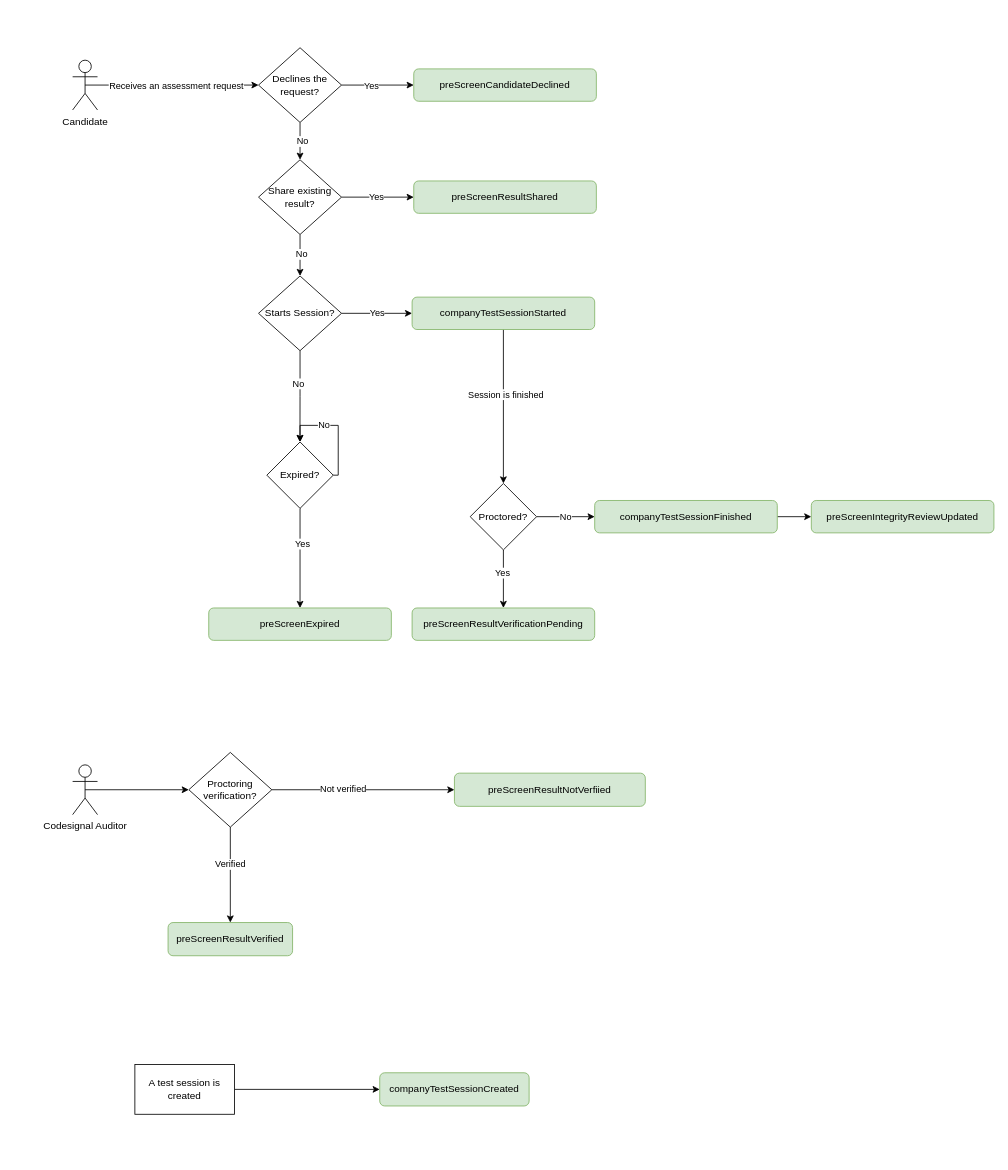
Above: docs/diagrams/webhooks-flow.drawio in CodeSignal/developer-docs (draw.io), before the change. Source tidied: cells renumbered, new cells numbered last; positions are measured from the earlier drawing's top-left corner, leaving out a move shared by most shapes. Both pictures are drawn from the tidied source at 83%, with x=0, y=0 at pixel (72, 47).
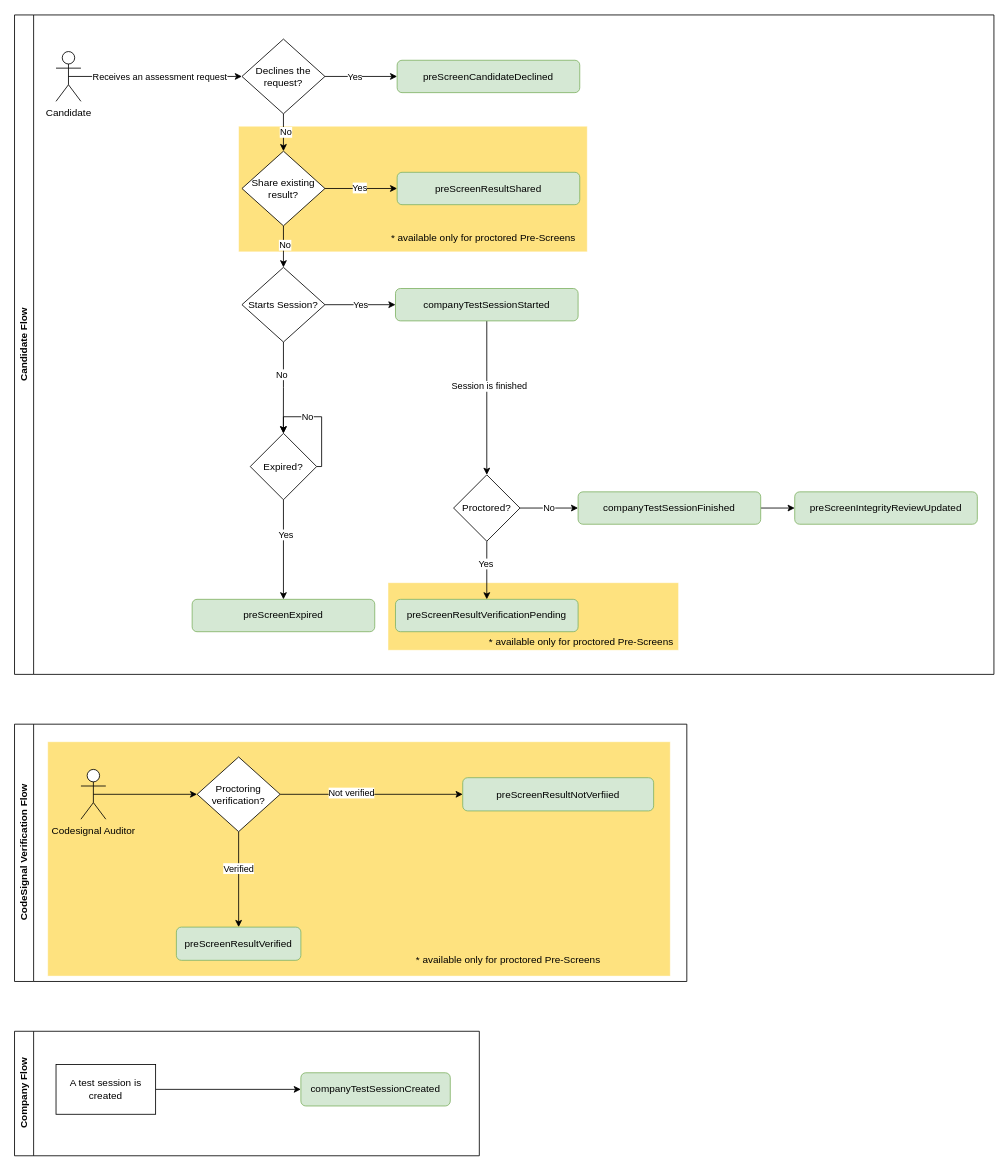
The same page after the edit.

What changed in the source:
```diff
@@
+    <mxCell id="49" value="CodeSignal Verification Flow" style="swimlane;horizontal=0;whiteSpace=wrap;html=1;" parent="1" vertex="1">
+      <mxGeometry x="-70" y="815" width="810" height="310" as="geometry" />
+    </mxCell>
+    <mxCell id="50" style="rounded=0;whiteSpace=wrap;html=1;fillColor=#fec600ff;strokeColor=#FFFFFF;opacity=50;" parent="49" vertex="1">
+      <mxGeometry x="40" y="21.2" width="750" height="282.3" as="geometry" />
+    </mxCell>
+    <mxCell id="26" style="edgeStyle=orthogonalEdgeStyle;rounded=0;jettySize=auto;html=1;exitX=0.5;exitY=0.5;exitDx=0;exitDy=0;exitPerimeter=0;" parent="49" edge="1" source="27" target="32">
+      <mxGeometry relative="1" as="geometry" />
+    </mxCell>
+    <mxCell id="27" value="Codesignal Auditor" style="shape=umlActor;verticalLabelPosition=bottom;verticalAlign=top;html=1;outlineConnect=0;" parent="49" vertex="1">
+      <mxGeometry x="80" y="54.5" width="30" height="60" as="geometry" />
+    </mxCell>
+    <mxCell id="28" style="edgeStyle=orthogonalEdgeStyle;rounded=0;jettySize=auto;html=1;exitX=0.5;exitY=1;exitDx=0;exitDy=0;entryX=0.5;entryY=0;entryDx=0;entryDy=0;" parent="49" edge="1" source="32" target="33">
+      <mxGeometry relative="1" as="geometry" />
+    </mxCell>
+    <mxCell id="29" value="Verified" style="edgeLabel;html=1;align=center;verticalAlign=middle;" parent="28" vertex="1">
+      <mxGeometry x="-0.23" y="-1" relative="1" as="geometry" />
+    </mxCell>
+    <mxCell id="30" style="edgeStyle=orthogonalEdgeStyle;rounded=0;jettySize=auto;html=1;exitX=1;exitY=0.5;exitDx=0;exitDy=0;entryX=0;entryY=0.5;entryDx=0;entryDy=0;" parent="49" edge="1" source="32" target="34">
+      <mxGeometry relative="1" as="geometry" />
+    </mxCell>
+    <mxCell id="31" value="Not verified" style="edgeLabel;html=1;align=center;verticalAlign=middle;" parent="30" vertex="1">
+      <mxGeometry x="-0.23" y="-1" relative="1" as="geometry">
+        <mxPoint y="-3" as="offset" />
+      </mxGeometry>
+    </mxCell>
+    <mxCell id="32" value="Proctoring verification?" style="rhombus;whiteSpace=wrap;html=1;" parent="49" vertex="1">
+      <mxGeometry x="220" y="39.5" width="100" height="90" as="geometry" />
+    </mxCell>
+    <mxCell id="33" value="preScreenResultVerified" style="rounded=1;whiteSpace=wrap;html=1;fillColor=#d5e8d4;strokeColor=#82b366;" parent="49" vertex="1">
+      <mxGeometry x="195" y="244.5" width="150" height="40" as="geometry" />
+    </mxCell>
+    <mxCell id="34" value="preScreenResultNotVerfiied" style="rounded=1;whiteSpace=wrap;html=1;fillColor=#d5e8d4;strokeColor=#82b366;" parent="49" vertex="1">
+      <mxGeometry x="540" y="64.5" width="230" height="40" as="geometry" />
+    </mxCell>
+    <mxCell id="51" value="&lt;span style=&quot;color: rgb(0, 0, 0); font-family: Helvetica; font-size: 12px; font-style: normal; font-variant-ligatures: normal; font-variant-caps: normal; font-weight: 400; letter-spacing: normal; orphans: 2; text-indent: 0px; text-transform: none; widows: 2; word-spacing: 0px; -webkit-text-stroke-width: 0px; white-space: nowrap; text-decoration-thickness: initial; text-decoration-style: initial; text-decoration-color: initial; float: none; display: inline !important;&quot;&gt;* available only for proctored Pre-Screens&lt;/span&gt;" style="text;whiteSpace=wrap;html=1;fillColor=none;align=center;labelBackgroundColor=none;" parent="49" vertex="1">
+      <mxGeometry x="465" y="270" width="260" height="40" as="geometry" />
+    </mxCell>
+    <mxCell id="52" value="Company Flow" style="swimlane;horizontal=0;whiteSpace=wrap;html=1;" parent="1" vertex="1">
+      <mxGeometry x="-70" y="1185" width="560" height="150" as="geometry" />
+    </mxCell>
+    <mxCell id="35" style="edgeStyle=orthogonalEdgeStyle;rounded=0;jettySize=auto;html=1;exitX=1;exitY=0.5;exitDx=0;exitDy=0;entryX=0;entryY=0.5;entryDx=0;entryDy=0;" parent="52" edge="1" source="37" target="36">
+      <mxGeometry relative="1" as="geometry" />
+    </mxCell>
+    <mxCell id="36" value="companyTestSessionCreated" style="rounded=1;whiteSpace=wrap;html=1;fillColor=#d5e8d4;strokeColor=#82b366;" parent="52" vertex="1">
+      <mxGeometry x="345" y="50" width="180" height="40" as="geometry" />
+    </mxCell>
+    <mxCell id="37" value="A test session is created" style="rounded=0;whiteSpace=wrap;html=1;" parent="52" vertex="1">
+      <mxGeometry x="50" y="40" width="120" height="60" as="geometry" />
+    </mxCell>
+    <mxCell id="53" value="Candidate Flow" style="swimlane;horizontal=0;whiteSpace=wrap;html=1;" parent="1" vertex="1">
+      <mxGeometry x="-70" y="-39.5" width="1180" height="794.5" as="geometry" />
+    </mxCell>
+    <mxCell id="4" value="Candidate" style="shape=umlActor;verticalLabelPosition=bottom;verticalAlign=top;html=1;outlineConnect=0;" parent="53" vertex="1">
+      <mxGeometry x="50" y="44.1" width="30" height="60" as="geometry" />
+    </mxCell>
-    <mxCell id="2" style="edgeStyle=orthogonalEdgeStyle;rounded=0;jettySize=auto;html=1;exitX=0.5;exitY=0.5;exitDx=0;exitDy=0;exitPerimeter=0;entryX=0;entryY=0.5;entryDx=0;entryDy=0;" parent="1" edge="1" source="4" target="9">
+    <mxCell id="2" style="edgeStyle=orthogonalEdgeStyle;rounded=0;jettySize=auto;html=1;exitX=0.5;exitY=0.5;exitDx=0;exitDy=0;exitPerimeter=0;entryX=0;entryY=0.5;entryDx=0;entryDy=0;" parent="53" edge="1" source="4" target="9">
       <mxGeometry relative="1" as="geometry" />
     </mxCell>
@@
-    <mxCell id="4" value="Candidate" style="shape=umlActor;verticalLabelPosition=bottom;verticalAlign=top;html=1;outlineConnect=0;" parent="1" vertex="1">
-      <mxGeometry y="15" width="30" height="60" as="geometry" />
-    </mxCell>
+    <mxCell id="54" style="rounded=0;whiteSpace=wrap;html=1;fillColor=#fec600ff;strokeColor=#FFFFFF;opacity=50;" parent="53" vertex="1">
+      <mxGeometry x="450" y="684.1" width="350" height="81.3" as="geometry" />
+    </mxCell>
+    <mxCell id="55" style="rounded=0;whiteSpace=wrap;html=1;fillColor=#fec600ff;strokeColor=#FFFFFF;opacity=50;" parent="53" vertex="1">
+      <mxGeometry x="270" y="134.1" width="420" height="151.3" as="geometry" />
+    </mxCell>
+    <mxCell id="56" value="&lt;span style=&quot;color: rgb(0, 0, 0); font-family: Helvetica; font-size: 12px; font-style: normal; font-variant-ligatures: normal; font-variant-caps: normal; font-weight: 400; letter-spacing: normal; orphans: 2; text-indent: 0px; text-transform: none; widows: 2; word-spacing: 0px; -webkit-text-stroke-width: 0px; white-space: nowrap; text-decoration-thickness: initial; text-decoration-style: initial; text-decoration-color: initial; float: none; display: inline !important;&quot;&gt;* available only for proctored Pre-Screens&lt;/span&gt;" style="text;whiteSpace=wrap;html=1;fillColor=none;align=center;labelBackgroundColor=none;" parent="53" vertex="1">
+      <mxGeometry x="435" y="254.1" width="260" height="40" as="geometry" />
+    </mxCell>
-    <mxCell id="5" style="edgeStyle=orthogonalEdgeStyle;rounded=0;jettySize=auto;html=1;exitX=1;exitY=0.5;exitDx=0;exitDy=0;entryX=0;entryY=0.5;entryDx=0;entryDy=0;" parent="1" edge="1" source="9" target="10">
+    <mxCell id="5" style="edgeStyle=orthogonalEdgeStyle;rounded=0;jettySize=auto;html=1;exitX=1;exitY=0.5;exitDx=0;exitDy=0;entryX=0;entryY=0.5;entryDx=0;entryDy=0;" parent="53" edge="1" source="9" target="10">
       <mxGeometry relative="1" as="geometry" />
     </mxCell>
@@
-    <mxCell id="7" style="edgeStyle=orthogonalEdgeStyle;rounded=0;jettySize=auto;html=1;" parent="1" edge="1" source="9" target="46">
-      <mxGeometry relative="1" as="geometry" />
-    </mxCell>
-    <mxCell id="8" value="No" style="edgeLabel;html=1;align=center;verticalAlign=middle;" parent="7" vertex="1">
-      <mxGeometry x="-0.04" y="2" relative="1" as="geometry" />
-    </mxCell>
-    <mxCell id="9" value="Declines the request?" style="rhombus;whiteSpace=wrap;html=1;" parent="1" vertex="1">
-      <mxGeometry x="224" width="100" height="90" as="geometry" />
+    <mxCell id="9" value="Declines the request?" style="rhombus;whiteSpace=wrap;html=1;" parent="53" vertex="1">
+      <mxGeometry x="274" y="29.1" width="100" height="90" as="geometry" />
     </mxCell>
-    <mxCell id="10" value="preScreenCandidateDeclined" style="rounded=1;whiteSpace=wrap;html=1;fillColor=#d5e8d4;strokeColor=#82b366;" parent="1" vertex="1">
-      <mxGeometry x="411" y="25.5" width="220" height="39" as="geometry" />
+    <mxCell id="10" value="preScreenCandidateDeclined" style="rounded=1;whiteSpace=wrap;html=1;fillColor=#d5e8d4;strokeColor=#82b366;" parent="53" vertex="1">
+      <mxGeometry x="461" y="54.6" width="220" height="39" as="geometry" />
     </mxCell>
-    <mxCell id="11" value="Yes" style="edgeStyle=orthogonalEdgeStyle;rounded=0;jettySize=auto;html=1;exitX=1;exitY=0.5;exitDx=0;exitDy=0;entryX=0;entryY=0.5;entryDx=0;entryDy=0;" parent="1" edge="1" source="14" target="17">
+    <mxCell id="11" value="Yes" style="edgeStyle=orthogonalEdgeStyle;rounded=0;jettySize=auto;html=1;exitX=1;exitY=0.5;exitDx=0;exitDy=0;entryX=0;entryY=0.5;entryDx=0;entryDy=0;" parent="53" edge="1" source="14" target="17">
       <mxGeometry relative="1" as="geometry" />
     </mxCell>
-    <mxCell id="12" style="edgeStyle=orthogonalEdgeStyle;rounded=0;jettySize=auto;html=1;exitX=0.5;exitY=1;exitDx=0;exitDy=0;" parent="1" edge="1" source="14">
+    <mxCell id="12" style="edgeStyle=orthogonalEdgeStyle;rounded=0;jettySize=auto;html=1;exitX=0.5;exitY=1;exitDx=0;exitDy=0;" parent="53" edge="1" source="14">
       <mxGeometry relative="1" as="geometry">
-        <mxPoint x="273.9" y="475" as="targetPoint" />
+        <mxPoint x="323.9" y="504.1" as="targetPoint" />
       </mxGeometry>
     </mxCell>
@@
-    <mxCell id="14" value="Starts Session?" style="rhombus;whiteSpace=wrap;html=1;" parent="1" vertex="1">
-      <mxGeometry x="224" y="275" width="100" height="90" as="geometry" />
+    <mxCell id="14" value="Starts Session?" style="rhombus;whiteSpace=wrap;html=1;" parent="53" vertex="1">
+      <mxGeometry x="274" y="304.1" width="100" height="90" as="geometry" />
     </mxCell>
-    <mxCell id="15" style="edgeStyle=orthogonalEdgeStyle;rounded=0;jettySize=auto;html=1;exitX=0.5;exitY=1;exitDx=0;exitDy=0;entryX=0.5;entryY=0;entryDx=0;entryDy=0;" parent="1" edge="1" source="17" target="21">
+    <mxCell id="15" style="edgeStyle=orthogonalEdgeStyle;rounded=0;jettySize=auto;html=1;exitX=0.5;exitY=1;exitDx=0;exitDy=0;entryX=0.5;entryY=0;entryDx=0;entryDy=0;" parent="53" edge="1" source="17" target="21">
       <mxGeometry relative="1" as="geometry" />
     </mxCell>
@@
-    <mxCell id="17" value="companyTestSessionStarted" style="rounded=1;whiteSpace=wrap;html=1;fillColor=#d5e8d4;strokeColor=#82b366;" parent="1" vertex="1">
-      <mxGeometry x="409" y="300.5" width="220" height="39" as="geometry" />
+    <mxCell id="17" value="companyTestSessionStarted" style="rounded=1;whiteSpace=wrap;html=1;fillColor=#d5e8d4;strokeColor=#82b366;" parent="53" vertex="1">
+      <mxGeometry x="459" y="329.6" width="220" height="39" as="geometry" />
     </mxCell>
-    <mxCell id="18" style="edgeStyle=orthogonalEdgeStyle;rounded=0;jettySize=auto;html=1;exitX=0.5;exitY=1;exitDx=0;exitDy=0;entryX=0.5;entryY=0;entryDx=0;entryDy=0;" parent="1" edge="1" source="21" target="24">
+    <mxCell id="18" style="edgeStyle=orthogonalEdgeStyle;rounded=0;jettySize=auto;html=1;exitX=0.5;exitY=1;exitDx=0;exitDy=0;entryX=0.5;entryY=0;entryDx=0;entryDy=0;" parent="53" edge="1" source="21" target="24">
       <mxGeometry relative="1" as="geometry" />
     </mxCell>
@@
-    <mxCell id="20" value="No" style="edgeStyle=orthogonalEdgeStyle;rounded=0;jettySize=auto;html=1;exitX=1;exitY=0.5;exitDx=0;exitDy=0;entryX=0;entryY=0.5;entryDx=0;entryDy=0;" parent="1" edge="1" source="21">
+    <mxCell id="20" value="No" style="edgeStyle=orthogonalEdgeStyle;rounded=0;jettySize=auto;html=1;exitX=1;exitY=0.5;exitDx=0;exitDy=0;entryX=0;entryY=0.5;entryDx=0;entryDy=0;" parent="53" edge="1" source="21">
       <mxGeometry relative="1" as="geometry">
-        <mxPoint x="629" y="565" as="targetPoint" />
+        <mxPoint x="679" y="594.1" as="targetPoint" />
       </mxGeometry>
     </mxCell>
-    <mxCell id="21" value="Proctored?" style="rhombus;whiteSpace=wrap;html=1;" parent="1" vertex="1">
-      <mxGeometry x="479" y="525" width="80" height="80" as="geometry" />
+    <mxCell id="21" value="Proctored?" style="rhombus;whiteSpace=wrap;html=1;" parent="53" vertex="1">
+      <mxGeometry x="529" y="554.1" width="80" height="80" as="geometry" />
     </mxCell>
-    <mxCell id="22" style="edgeStyle=orthogonalEdgeStyle;rounded=0;jettySize=auto;html=1;" parent="1" edge="1" source="23" target="48">
+    <mxCell id="22" style="edgeStyle=orthogonalEdgeStyle;rounded=0;jettySize=auto;html=1;" parent="53" edge="1" source="23" target="48">
       <mxGeometry relative="1" as="geometry" />
     </mxCell>
-    <mxCell id="23" value="companyTestSessionFinished" style="rounded=1;whiteSpace=wrap;html=1;fillColor=#d5e8d4;strokeColor=#82b366;" parent="1" vertex="1">
-      <mxGeometry x="629" y="545.5" width="220" height="39" as="geometry" />
+    <mxCell id="23" value="companyTestSessionFinished" style="rounded=1;whiteSpace=wrap;html=1;fillColor=#d5e8d4;strokeColor=#82b366;" parent="53" vertex="1">
+      <mxGeometry x="679" y="574.6" width="220" height="39" as="geometry" />
     </mxCell>
-    <mxCell id="24" value="preScreenResultVerificationPending" style="rounded=1;whiteSpace=wrap;html=1;fillColor=#d5e8d4;strokeColor=#82b366;" parent="1" vertex="1">
-      <mxGeometry x="409" y="675" width="220" height="39" as="geometry" />
+    <mxCell id="24" value="preScreenResultVerificationPending" style="rounded=1;whiteSpace=wrap;html=1;fillColor=#d5e8d4;strokeColor=#82b366;" parent="53" vertex="1">
+      <mxGeometry x="459" y="704.1" width="220" height="39" as="geometry" />
     </mxCell>
-    <mxCell id="25" value="preScreenExpired" style="rounded=1;whiteSpace=wrap;html=1;fillColor=#d5e8d4;strokeColor=#82b366;" parent="1" vertex="1">
-      <mxGeometry x="164" y="675" width="220" height="39" as="geometry" />
+    <mxCell id="25" value="preScreenExpired" style="rounded=1;whiteSpace=wrap;html=1;fillColor=#d5e8d4;strokeColor=#82b366;" parent="53" vertex="1">
+      <mxGeometry x="214" y="704.1" width="220" height="39" as="geometry" />
     </mxCell>
-    <mxCell id="26" style="edgeStyle=orthogonalEdgeStyle;rounded=0;jettySize=auto;html=1;exitX=0.5;exitY=0.5;exitDx=0;exitDy=0;exitPerimeter=0;" parent="1" edge="1" source="27" target="32">
-      <mxGeometry relative="1" as="geometry" />
-    </mxCell>
-    <mxCell id="27" value="Codesignal Auditor" style="shape=umlActor;verticalLabelPosition=bottom;verticalAlign=top;html=1;outlineConnect=0;" parent="1" vertex="1">
-      <mxGeometry y="864" width="30" height="60" as="geometry" />
-    </mxCell>
-    <mxCell id="28" style="edgeStyle=orthogonalEdgeStyle;rounded=0;jettySize=auto;html=1;exitX=0.5;exitY=1;exitDx=0;exitDy=0;entryX=0.5;entryY=0;entryDx=0;entryDy=0;" parent="1" edge="1" source="32" target="33">
-      <mxGeometry relative="1" as="geometry" />
-    </mxCell>
-    <mxCell id="29" value="Verified" style="edgeLabel;html=1;align=center;verticalAlign=middle;" parent="28" vertex="1">
-      <mxGeometry x="-0.23" y="-1" relative="1" as="geometry" />
-    </mxCell>
-    <mxCell id="30" style="edgeStyle=orthogonalEdgeStyle;rounded=0;jettySize=auto;html=1;exitX=1;exitY=0.5;exitDx=0;exitDy=0;entryX=0;entryY=0.5;entryDx=0;entryDy=0;" parent="1" edge="1" source="32" target="34">
-      <mxGeometry relative="1" as="geometry" />
-    </mxCell>
-    <mxCell id="31" value="Not verified" style="edgeLabel;html=1;align=center;verticalAlign=middle;" parent="30" vertex="1">
-      <mxGeometry x="-0.23" y="-1" relative="1" as="geometry">
-        <mxPoint y="-3" as="offset" />
-      </mxGeometry>
-    </mxCell>
-    <mxCell id="32" value="Proctoring verification?" style="rhombus;whiteSpace=wrap;html=1;" parent="1" vertex="1">
-      <mxGeometry x="140" y="849" width="100" height="90" as="geometry" />
-    </mxCell>
-    <mxCell id="33" value="preScreenResultVerified" style="rounded=1;whiteSpace=wrap;html=1;fillColor=#d5e8d4;strokeColor=#82b366;" parent="1" vertex="1">
-      <mxGeometry x="115" y="1054" width="150" height="40" as="geometry" />
-    </mxCell>
-    <mxCell id="34" value="preScreenResultNotVerfiied" style="rounded=1;whiteSpace=wrap;html=1;fillColor=#d5e8d4;strokeColor=#82b366;" parent="1" vertex="1">
-      <mxGeometry x="460" y="874" width="230" height="40" as="geometry" />
-    </mxCell>
-    <mxCell id="35" style="edgeStyle=orthogonalEdgeStyle;rounded=0;jettySize=auto;html=1;exitX=1;exitY=0.5;exitDx=0;exitDy=0;entryX=0;entryY=0.5;entryDx=0;entryDy=0;" parent="1" edge="1" source="37" target="36">
-      <mxGeometry relative="1" as="geometry" />
-    </mxCell>
-    <mxCell id="36" value="companyTestSessionCreated" style="rounded=1;whiteSpace=wrap;html=1;fillColor=#d5e8d4;strokeColor=#82b366;" parent="1" vertex="1">
-      <mxGeometry x="370" y="1235" width="180" height="40" as="geometry" />
-    </mxCell>
-    <mxCell id="37" value="A test session is created" style="rounded=0;whiteSpace=wrap;html=1;" parent="1" vertex="1">
-      <mxGeometry x="75" y="1225" width="120" height="60" as="geometry" />
-    </mxCell>
-    <mxCell id="38" style="edgeStyle=orthogonalEdgeStyle;rounded=0;jettySize=auto;html=1;exitX=0.5;exitY=1;exitDx=0;exitDy=0;entryX=0.5;entryY=0;entryDx=0;entryDy=0;" parent="1" edge="1" source="40" target="25">
+    <mxCell id="38" style="edgeStyle=orthogonalEdgeStyle;rounded=0;jettySize=auto;html=1;exitX=0.5;exitY=1;exitDx=0;exitDy=0;entryX=0.5;entryY=0;entryDx=0;entryDy=0;" parent="53" edge="1" source="40" target="25">
       <mxGeometry relative="1" as="geometry" />
     </mxCell>
@@
-    <mxCell id="40" value="Expired?" style="rhombus;whiteSpace=wrap;html=1;" parent="1" vertex="1">
-      <mxGeometry x="234" y="475" width="80" height="80" as="geometry" />
+    <mxCell id="40" value="Expired?" style="rhombus;whiteSpace=wrap;html=1;" parent="53" vertex="1">
+      <mxGeometry x="284" y="504.1" width="80" height="80" as="geometry" />
     </mxCell>
-    <mxCell id="41" value="No" style="edgeStyle=orthogonalEdgeStyle;rounded=0;orthogonalLoop=1;jettySize=auto;html=1;exitX=1;exitY=0.5;exitDx=0;exitDy=0;entryX=0.5;entryY=0;entryDx=0;entryDy=0;" parent="1" edge="1" source="40" target="40">
+    <mxCell id="41" value="No" style="edgeStyle=orthogonalEdgeStyle;rounded=0;orthogonalLoop=1;jettySize=auto;html=1;exitX=1;exitY=0.5;exitDx=0;exitDy=0;entryX=0.5;entryY=0;entryDx=0;entryDy=0;" parent="53" edge="1" source="40" target="40">
       <mxGeometry x="0.25" relative="1" as="geometry">
         <Array as="points">
-          <mxPoint x="320" y="515" />
-          <mxPoint x="320" y="455" />
-          <mxPoint x="274" y="455" />
+          <mxPoint x="370" y="544.1" />
+          <mxPoint x="370" y="484.1" />
+          <mxPoint x="324" y="484.1" />
         </Array>
       </mxGeometry>
     </mxCell>
-    <mxCell id="42" style="edgeStyle=orthogonalEdgeStyle;rounded=0;jettySize=auto;html=1;" parent="1" edge="1" source="46" target="14">
+    <mxCell id="42" style="edgeStyle=orthogonalEdgeStyle;rounded=0;jettySize=auto;html=1;" parent="53" edge="1" source="46" target="14">
       <mxGeometry relative="1" as="geometry" />
     </mxCell>
@@
-    <mxCell id="44" style="edgeStyle=orthogonalEdgeStyle;rounded=0;jettySize=auto;html=1;" parent="1" edge="1" source="46" target="47">
+    <mxCell id="44" style="edgeStyle=orthogonalEdgeStyle;rounded=0;jettySize=auto;html=1;" parent="53" edge="1" source="46" target="47">
       <mxGeometry relative="1" as="geometry" />
     </mxCell>
@@
-    <mxCell id="46" value="Share existing result?" style="rhombus;whiteSpace=wrap;html=1;" parent="1" vertex="1">
-      <mxGeometry x="224" y="135" width="100" height="90" as="geometry" />
+    <mxCell id="46" value="Share existing result?" style="rhombus;whiteSpace=wrap;html=1;" parent="53" vertex="1">
+      <mxGeometry x="274" y="164.1" width="100" height="90" as="geometry" />
     </mxCell>
+    <mxCell id="7" style="edgeStyle=orthogonalEdgeStyle;rounded=0;jettySize=auto;html=1;" parent="53" edge="1" source="9" target="46">
+      <mxGeometry relative="1" as="geometry" />
+    </mxCell>
+    <mxCell id="8" value="No" style="edgeLabel;html=1;align=center;verticalAlign=middle;" parent="7" vertex="1">
+      <mxGeometry x="-0.04" y="2" relative="1" as="geometry" />
+    </mxCell>
-    <mxCell id="47" value="preScreenResultShared" style="rounded=1;whiteSpace=wrap;html=1;fillColor=#d5e8d4;strokeColor=#82b366;" parent="1" vertex="1">
-      <mxGeometry x="411" y="160.5" width="220" height="39" as="geometry" />
+    <mxCell id="47" value="preScreenResultShared" style="rounded=1;whiteSpace=wrap;html=1;fillColor=#d5e8d4;strokeColor=#82b366;" parent="53" vertex="1">
+      <mxGeometry x="461" y="189.6" width="220" height="39" as="geometry" />
     </mxCell>
-    <mxCell id="48" value="preScreenIntegrityReviewUpdated" style="rounded=1;whiteSpace=wrap;html=1;fillColor=#d5e8d4;strokeColor=#82b366;" parent="1" vertex="1">
-      <mxGeometry x="890" y="545.5" width="220" height="39" as="geometry" />
+    <mxCell id="48" value="preScreenIntegrityReviewUpdated" style="rounded=1;whiteSpace=wrap;html=1;fillColor=#d5e8d4;strokeColor=#82b366;" parent="53" vertex="1">
+      <mxGeometry x="940" y="574.6" width="220" height="39" as="geometry" />
     </mxCell>
+    <mxCell id="57" value="&lt;span style=&quot;color: rgb(0, 0, 0); font-family: Helvetica; font-size: 12px; font-style: normal; font-variant-ligatures: normal; font-variant-caps: normal; font-weight: 400; letter-spacing: normal; orphans: 2; text-indent: 0px; text-transform: none; widows: 2; word-spacing: 0px; -webkit-text-stroke-width: 0px; white-space: nowrap; text-decoration-thickness: initial; text-decoration-style: initial; text-decoration-color: initial; float: none; display: inline !important;&quot;&gt;* available only for proctored Pre-Screens&lt;/span&gt;" style="text;whiteSpace=wrap;html=1;fillColor=none;align=center;labelBackgroundColor=none;" parent="53" vertex="1">
+      <mxGeometry x="553" y="741.1" width="260" height="30" as="geometry" />
+    </mxCell>
```
